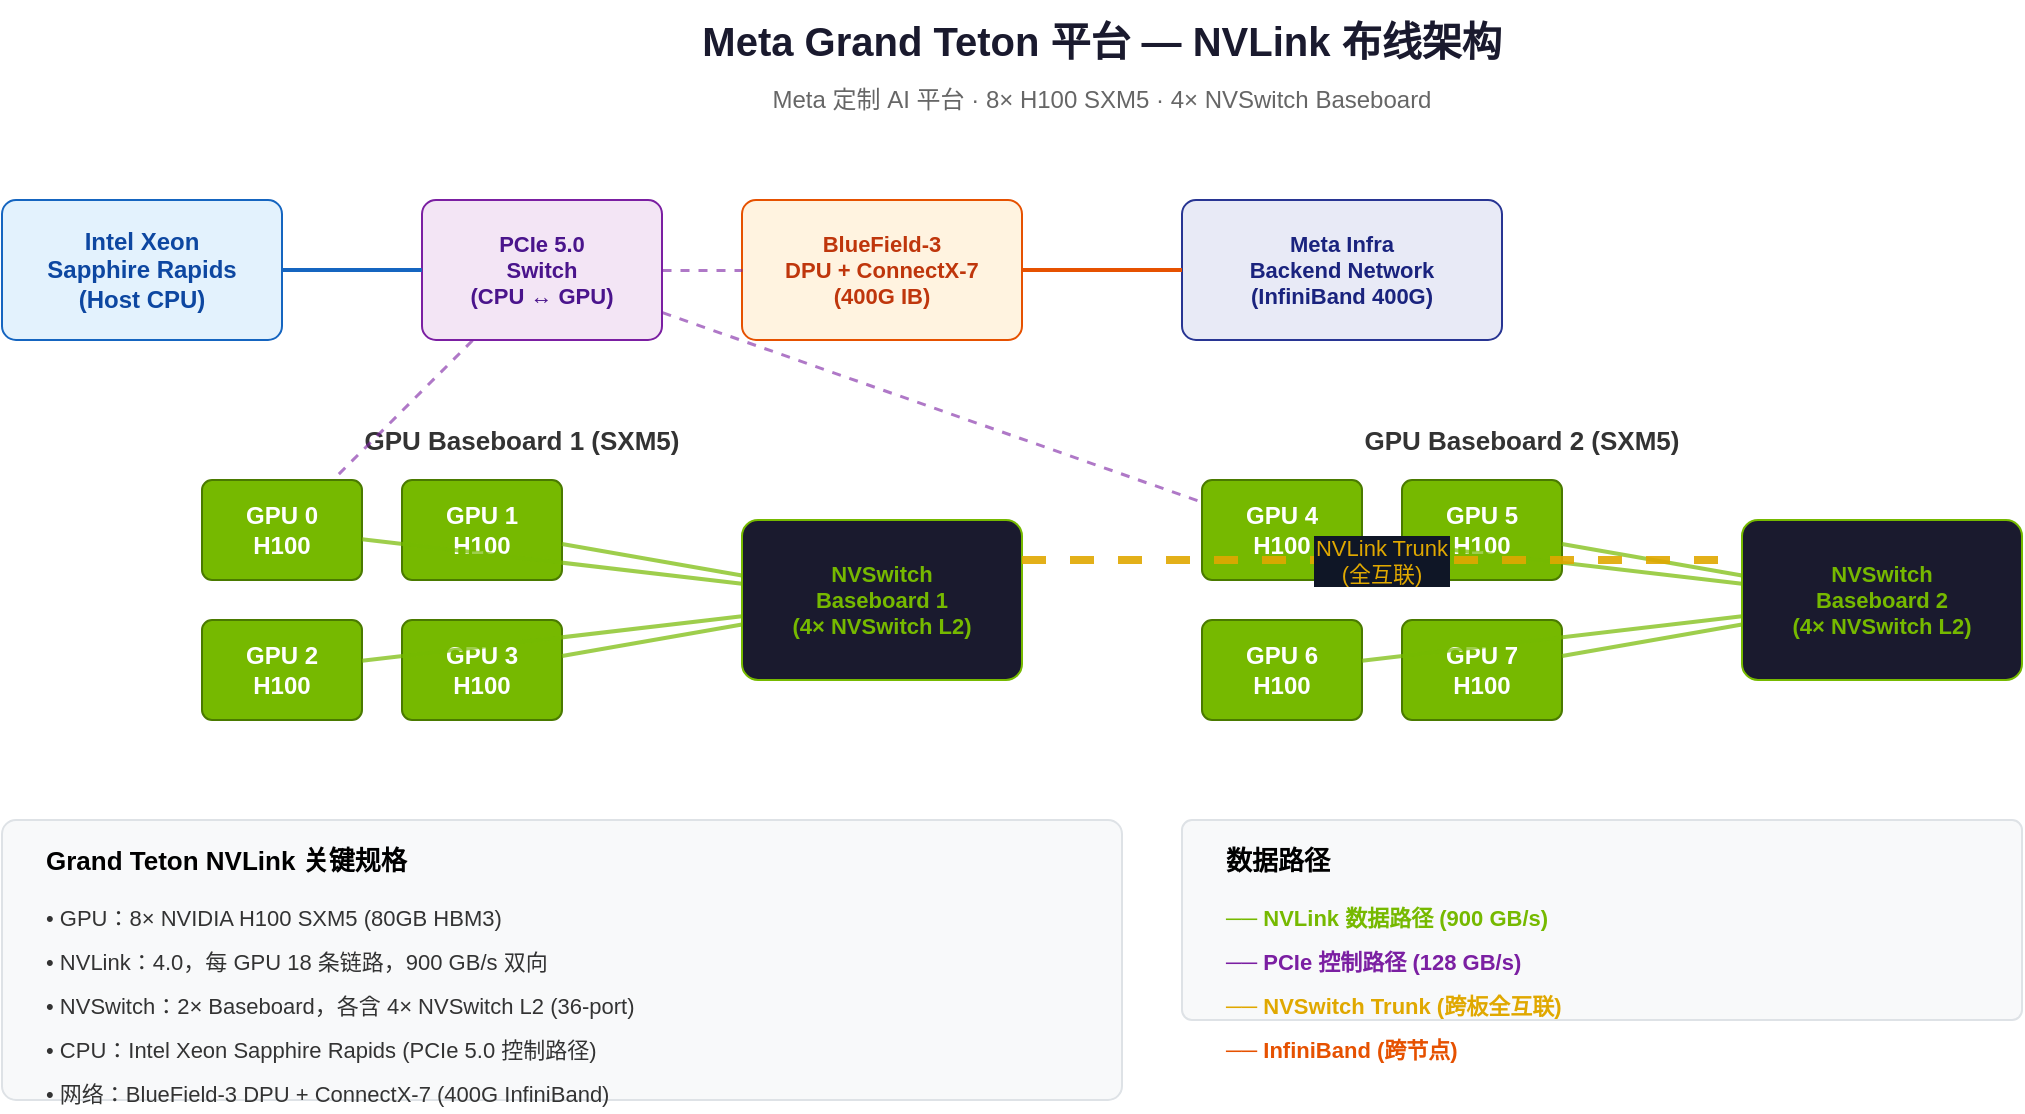
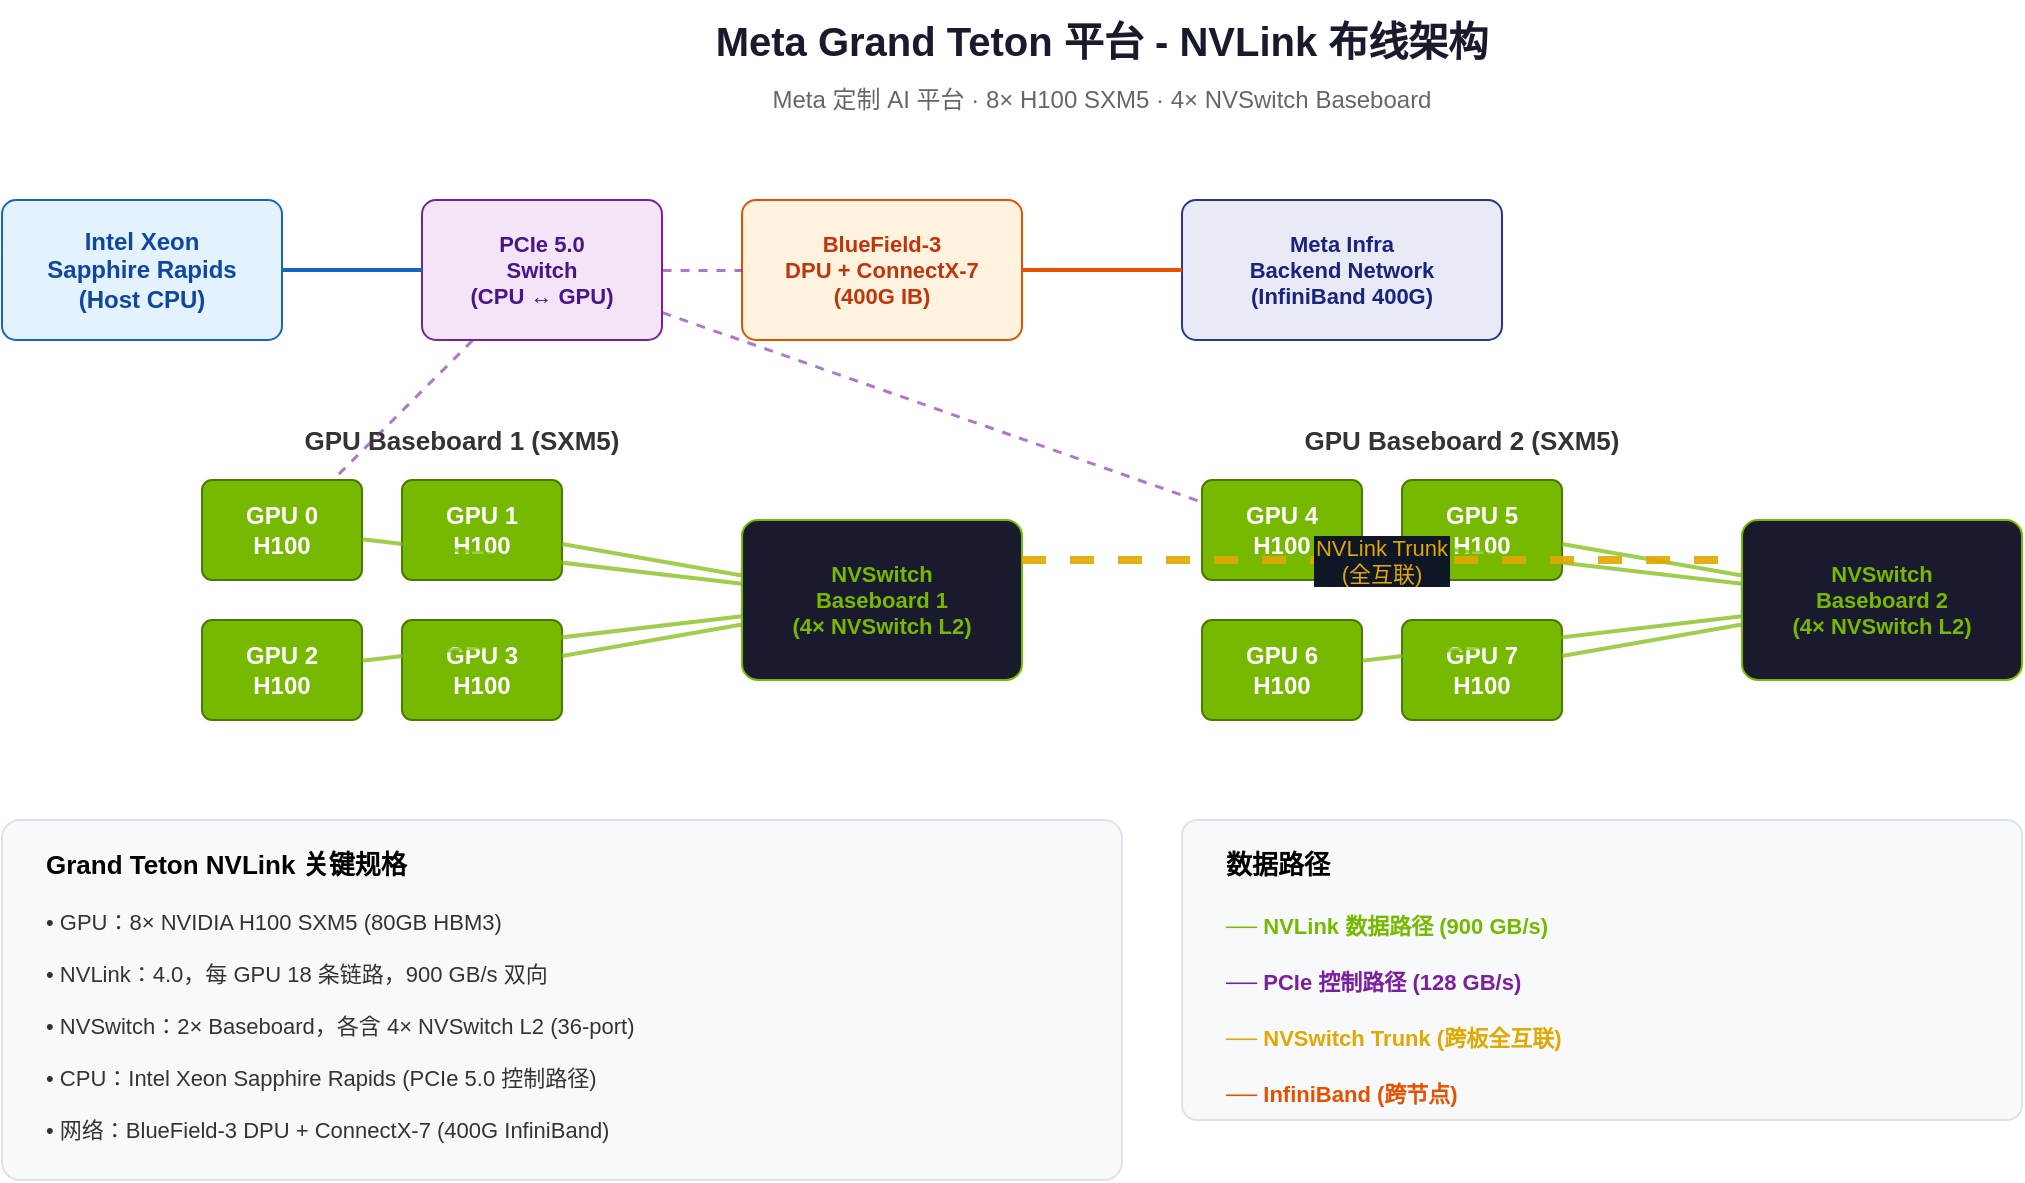
- <mxfile host="app.diagrams.net" modified="2026-07-11T03:19:00.000Z" agent="AIInfra" version="24.0.0">
+ <mxfile host="app.diagrams.net" modified="2026-07-13T01:33:00.000Z" agent="AIInfra" version="24.0.0">
  <diagram id="meta-grand-teton" name="Meta Grand Teton NVLink Architecture">
    <mxGraphModel dx="1422" dy="800" grid="1" gridSize="10" guides="1" tooltips="1" connect="1" arrows="1" fold="1" page="1" pageScale="1" pageWidth="1200" pageHeight="800" math="0" shadow="0">
      <root>
        <mxCell id="0"/>
        <mxCell id="1" parent="0"/>
        <!-- Title -->
-         <mxCell id="title" value="Meta Grand Teton 平台 — NVLink 布线架构" style="text;html=1;strokeColor=none;fillColor=none;align=center;verticalAlign=middle;whiteSpace=wrap;rounded=0;fontSize=20;fontStyle=1;fontColor=#1a1a2e;" vertex="1" parent="1">
+         <mxCell id="title" value="Meta Grand Teton 平台 - NVLink 布线架构" style="text;html=1;strokeColor=none;fillColor=none;align=center;verticalAlign=middle;whiteSpace=wrap;rounded=0;fontSize=20;fontStyle=1;fontColor=#1a1a2e;" vertex="1" parent="1">
          <mxGeometry x="300" y="20" width="600" height="40" as="geometry"/>
        </mxCell>
        <mxCell id="subtitle" value="Meta 定制 AI 平台 · 8× H100 SXM5 · 4× NVSwitch Baseboard" style="text;html=1;strokeColor=none;fillColor=none;align=center;verticalAlign=middle;whiteSpace=wrap;rounded=0;fontSize=12;fontColor=#666666;" vertex="1" parent="1">
          <mxGeometry x="300" y="60" width="600" height="20" as="geometry"/>
        </mxCell>
        <!-- CPU Module -->
        <mxCell id="cpu" value="Intel Xeon&#xa;Sapphire Rapids&#xa;(Host CPU)" style="rounded=1;whiteSpace=wrap;html=1;fillColor=#e3f2fd;strokeColor=#1565c0;fontColor=#0d47a1;fontStyle=1;fontSize=12;arcSize=10;" vertex="1" parent="1">
          <mxGeometry x="50" y="120" width="140" height="70" as="geometry"/>
        </mxCell>
        <!-- PCIe Switch -->
        <mxCell id="pcie-sw" value="PCIe 5.0&#xa;Switch&#xa;(CPU ↔ GPU)" style="rounded=1;whiteSpace=wrap;html=1;fillColor=#f3e5f5;strokeColor=#7b1fa2;fontColor=#4a148c;fontStyle=1;fontSize=11;arcSize=10;" vertex="1" parent="1">
          <mxGeometry x="260" y="120" width="120" height="70" as="geometry"/>
        </mxCell>
        <!-- GPU Board Left -->
        <mxCell id="gpu-board-left-label" value="GPU Baseboard 1 (SXM5)" style="text;html=1;strokeColor=none;fillColor=none;align=center;verticalAlign=middle;whiteSpace=wrap;rounded=0;fontSize=13;fontStyle=1;fontColor=#333333;" vertex="1" parent="1">
-           <mxGeometry x="150" y="230" width="320" height="20" as="geometry"/>
+           <mxGeometry x="150" y="230" width="260" height="20" as="geometry"/>
        </mxCell>
        <!-- GPU 0 -->
        <mxCell id="m-gpu0" value="GPU 0&#xa;H100" style="rounded=1;whiteSpace=wrap;html=1;fillColor=#76b900;strokeColor=#4a7a00;fontColor=#ffffff;fontStyle=1;fontSize=12;arcSize=10;" vertex="1" parent="1">
          <mxGeometry x="150" y="260" width="80" height="50" as="geometry"/>
        </mxCell>
        <!-- GPU 1 -->
        <mxCell id="m-gpu1" value="GPU 1&#xa;H100" style="rounded=1;whiteSpace=wrap;html=1;fillColor=#76b900;strokeColor=#4a7a00;fontColor=#ffffff;fontStyle=1;fontSize=12;arcSize=10;" vertex="1" parent="1">
          <mxGeometry x="250" y="260" width="80" height="50" as="geometry"/>
        </mxCell>
        <!-- GPU 2 -->
        <mxCell id="m-gpu2" value="GPU 2&#xa;H100" style="rounded=1;whiteSpace=wrap;html=1;fillColor=#76b900;strokeColor=#4a7a00;fontColor=#ffffff;fontStyle=1;fontSize=12;arcSize=10;" vertex="1" parent="1">
          <mxGeometry x="150" y="330" width="80" height="50" as="geometry"/>
        </mxCell>
        <!-- GPU 3 -->
        <mxCell id="m-gpu3" value="GPU 3&#xa;H100" style="rounded=1;whiteSpace=wrap;html=1;fillColor=#76b900;strokeColor=#4a7a00;fontColor=#ffffff;fontStyle=1;fontSize=12;arcSize=10;" vertex="1" parent="1">
          <mxGeometry x="250" y="330" width="80" height="50" as="geometry"/>
        </mxCell>
        <!-- NVSwitch BB1 -->
        <mxCell id="nvsw-bb1" value="NVSwitch&#xa;Baseboard 1&#xa;(4× NVSwitch L2)" style="rounded=1;whiteSpace=wrap;html=1;fillColor=#1a1a2e;strokeColor=#76b900;fontColor=#76b900;fontStyle=1;fontSize=11;arcSize=10;" vertex="1" parent="1">
          <mxGeometry x="420" y="280" width="140" height="80" as="geometry"/>
        </mxCell>
        <!-- GPU Board Right -->
        <mxCell id="gpu-board-right-label" value="GPU Baseboard 2 (SXM5)" style="text;html=1;strokeColor=none;fillColor=none;align=center;verticalAlign=middle;whiteSpace=wrap;rounded=0;fontSize=13;fontStyle=1;fontColor=#333333;" vertex="1" parent="1">
-           <mxGeometry x="650" y="230" width="320" height="20" as="geometry"/>
+           <mxGeometry x="650" y="230" width="260" height="20" as="geometry"/>
        </mxCell>
        <!-- GPU 4 -->
        <mxCell id="m-gpu4" value="GPU 4&#xa;H100" style="rounded=1;whiteSpace=wrap;html=1;fillColor=#76b900;strokeColor=#4a7a00;fontColor=#ffffff;fontStyle=1;fontSize=12;arcSize=10;" vertex="1" parent="1">
          <mxGeometry x="650" y="260" width="80" height="50" as="geometry"/>
        </mxCell>
        <!-- GPU 5 -->
        <mxCell id="m-gpu5" value="GPU 5&#xa;H100" style="rounded=1;whiteSpace=wrap;html=1;fillColor=#76b900;strokeColor=#4a7a00;fontColor=#ffffff;fontStyle=1;fontSize=12;arcSize=10;" vertex="1" parent="1">
          <mxGeometry x="750" y="260" width="80" height="50" as="geometry"/>
        </mxCell>
        <!-- GPU 6 -->
        <mxCell id="m-gpu6" value="GPU 6&#xa;H100" style="rounded=1;whiteSpace=wrap;html=1;fillColor=#76b900;strokeColor=#4a7a00;fontColor=#ffffff;fontStyle=1;fontSize=12;arcSize=10;" vertex="1" parent="1">
          <mxGeometry x="650" y="330" width="80" height="50" as="geometry"/>
        </mxCell>
        <!-- GPU 7 -->
        <mxCell id="m-gpu7" value="GPU 7&#xa;H100" style="rounded=1;whiteSpace=wrap;html=1;fillColor=#76b900;strokeColor=#4a7a00;fontColor=#ffffff;fontStyle=1;fontSize=12;arcSize=10;" vertex="1" parent="1">
          <mxGeometry x="750" y="330" width="80" height="50" as="geometry"/>
        </mxCell>
        <!-- NVSwitch BB2 -->
        <mxCell id="nvsw-bb2" value="NVSwitch&#xa;Baseboard 2&#xa;(4× NVSwitch L2)" style="rounded=1;whiteSpace=wrap;html=1;fillColor=#1a1a2e;strokeColor=#76b900;fontColor=#76b900;fontStyle=1;fontSize=11;arcSize=10;" vertex="1" parent="1">
          <mxGeometry x="920" y="280" width="140" height="80" as="geometry"/>
        </mxCell>
        <!-- Network Interface -->
        <mxCell id="nic" value="BlueField-3&#xa;DPU + ConnectX-7&#xa;(400G IB)" style="rounded=1;whiteSpace=wrap;html=1;fillColor=#fff3e0;strokeColor=#e65100;fontColor=#bf360c;fontStyle=1;fontSize=11;arcSize=10;" vertex="1" parent="1">
          <mxGeometry x="420" y="120" width="140" height="70" as="geometry"/>
        </mxCell>
        <!-- External Network -->
        <mxCell id="ext-net" value="Meta Infra&#xa;Backend Network&#xa;(InfiniBand 400G)" style="rounded=1;whiteSpace=wrap;html=1;fillColor=#e8eaf6;strokeColor=#283593;fontColor=#1a237e;fontStyle=1;fontSize=11;arcSize=10;" vertex="1" parent="1">
          <mxGeometry x="640" y="120" width="160" height="70" as="geometry"/>
        </mxCell>
        <!-- Connections: CPU to PCIe Switch -->
        <mxCell id="e-cpu-pcie" style="endArrow=none;strokeColor=#1565c0;strokeWidth=2;" edge="1" parent="1" source="cpu" target="pcie-sw">
          <mxGeometry relative="1" as="geometry"/>
        </mxCell>
        <!-- PCIe Switch to GPUs (control path) -->
        <mxCell id="e-pcie-gpu0" style="endArrow=none;strokeColor=#7b1fa2;strokeWidth=1.5;dashed=1;opacity=60;" edge="1" parent="1" source="pcie-sw" target="m-gpu0">
          <mxGeometry relative="1" as="geometry"/>
        </mxCell>
        <mxCell id="e-pcie-gpu4" style="endArrow=none;strokeColor=#7b1fa2;strokeWidth=1.5;dashed=1;opacity=60;" edge="1" parent="1" source="pcie-sw" target="m-gpu4">
          <mxGeometry relative="1" as="geometry"/>
        </mxCell>
        <!-- GPU 0-3 to NVSwitch BB1 -->
        <mxCell id="e-g0-sw1" style="endArrow=none;strokeColor=#76b900;strokeWidth=2;opacity=70;" edge="1" parent="1" source="m-gpu0" target="nvsw-bb1">
          <mxGeometry relative="1" as="geometry"/>
        </mxCell>
        <mxCell id="e-g1-sw1" style="endArrow=none;strokeColor=#76b900;strokeWidth=2;opacity=70;" edge="1" parent="1" source="m-gpu1" target="nvsw-bb1">
          <mxGeometry relative="1" as="geometry"/>
        </mxCell>
        <mxCell id="e-g2-sw1" style="endArrow=none;strokeColor=#76b900;strokeWidth=2;opacity=70;" edge="1" parent="1" source="m-gpu2" target="nvsw-bb1">
          <mxGeometry relative="1" as="geometry"/>
        </mxCell>
        <mxCell id="e-g3-sw1" style="endArrow=none;strokeColor=#76b900;strokeWidth=2;opacity=70;" edge="1" parent="1" source="m-gpu3" target="nvsw-bb1">
          <mxGeometry relative="1" as="geometry"/>
        </mxCell>
        <!-- GPU 4-7 to NVSwitch BB2 -->
        <mxCell id="e-g4-sw2" style="endArrow=none;strokeColor=#76b900;strokeWidth=2;opacity=70;" edge="1" parent="1" source="m-gpu4" target="nvsw-bb2">
          <mxGeometry relative="1" as="geometry"/>
        </mxCell>
        <mxCell id="e-g5-sw2" style="endArrow=none;strokeColor=#76b900;strokeWidth=2;opacity=70;" edge="1" parent="1" source="m-gpu5" target="nvsw-bb2">
          <mxGeometry relative="1" as="geometry"/>
        </mxCell>
        <mxCell id="e-g6-sw2" style="endArrow=none;strokeColor=#76b900;strokeWidth=2;opacity=70;" edge="1" parent="1" source="m-gpu6" target="nvsw-bb2">
          <mxGeometry relative="1" as="geometry"/>
        </mxCell>
        <mxCell id="e-g7-sw2" style="endArrow=none;strokeColor=#76b900;strokeWidth=2;opacity=70;" edge="1" parent="1" source="m-gpu7" target="nvsw-bb2">
          <mxGeometry relative="1" as="geometry"/>
        </mxCell>
        <!-- Inter-baseboard trunk (NVLink trunk between BB1 and BB2) -->
        <mxCell id="e-bb1-bb2" value="NVLink Trunk&#xa;(全互联)" style="endArrow=none;strokeColor=#e0a800;strokeWidth=4;opacity=90;dashed=1;fontSize=11;fontColor=#e0a800;labelBackgroundColor=#0f1626;" edge="1" parent="1" source="nvsw-bb1" target="nvsw-bb2">
          <mxGeometry relative="1" as="geometry">
            <Array as="points">
              <mxPoint x="560" y="300"/>
              <mxPoint x="920" y="300"/>
            </Array>
          </mxGeometry>
        </mxCell>
        <!-- NIC to External Network -->
        <mxCell id="e-nic-net" style="endArrow=none;strokeColor=#e65100;strokeWidth=2;" edge="1" parent="1" source="nic" target="ext-net">
          <mxGeometry relative="1" as="geometry"/>
        </mxCell>
        <!-- NIC to PCIe Switch -->
        <mxCell id="e-nic-pcie" style="endArrow=none;strokeColor=#7b1fa2;strokeWidth=1.5;dashed=1;opacity=60;" edge="1" parent="1" source="pcie-sw" target="nic">
          <mxGeometry relative="1" as="geometry"/>
        </mxCell>
-         <!-- Specs box -->
+         <!-- Specs box (height increased from 140 to 180) -->
        <mxCell id="spec-box" value="" style="rounded=1;whiteSpace=wrap;html=1;fillColor=#f8f9fa;strokeColor=#dee2e6;arcSize=5;" vertex="1" parent="1">
-           <mxGeometry x="50" y="430" width="560" height="140" as="geometry"/>
+           <mxGeometry x="50" y="430" width="560" height="180" as="geometry"/>
        </mxCell>
        <mxCell id="spec-title" value="Grand Teton NVLink 关键规格" style="text;html=1;strokeColor=none;fillColor=none;align=left;verticalAlign=middle;whiteSpace=wrap;rounded=0;fontSize=13;fontStyle=1;" vertex="1" parent="1">
-           <mxGeometry x="70" y="440" width="280" height="20" as="geometry"/>
+           <mxGeometry x="70" y="440" width="400" height="24" as="geometry"/>
        </mxCell>
        <mxCell id="spec-1" value="• GPU：8× NVIDIA H100 SXM5 (80GB HBM3)" style="text;html=1;strokeColor=none;fillColor=none;align=left;verticalAlign=middle;whiteSpace=wrap;rounded=0;fontSize=11;fontColor=#333333;" vertex="1" parent="1">
-           <mxGeometry x="70" y="470" width="280" height="18" as="geometry"/>
+           <mxGeometry x="70" y="470" width="500" height="22" as="geometry"/>
        </mxCell>
        <mxCell id="spec-2" value="• NVLink：4.0，每 GPU 18 条链路，900 GB/s 双向" style="text;html=1;strokeColor=none;fillColor=none;align=left;verticalAlign=middle;whiteSpace=wrap;rounded=0;fontSize=11;fontColor=#333333;" vertex="1" parent="1">
-           <mxGeometry x="70" y="492" width="300" height="18" as="geometry"/>
+           <mxGeometry x="70" y="496" width="500" height="22" as="geometry"/>
        </mxCell>
        <mxCell id="spec-3" value="• NVSwitch：2× Baseboard，各含 4× NVSwitch L2 (36-port)" style="text;html=1;strokeColor=none;fillColor=none;align=left;verticalAlign=middle;whiteSpace=wrap;rounded=0;fontSize=11;fontColor=#333333;" vertex="1" parent="1">
-           <mxGeometry x="70" y="514" width="350" height="18" as="geometry"/>
+           <mxGeometry x="70" y="522" width="500" height="22" as="geometry"/>
        </mxCell>
        <mxCell id="spec-4" value="• CPU：Intel Xeon Sapphire Rapids (PCIe 5.0 控制路径)" style="text;html=1;strokeColor=none;fillColor=none;align=left;verticalAlign=middle;whiteSpace=wrap;rounded=0;fontSize=11;fontColor=#333333;" vertex="1" parent="1">
-           <mxGeometry x="70" y="536" width="350" height="18" as="geometry"/>
+           <mxGeometry x="70" y="548" width="500" height="22" as="geometry"/>
        </mxCell>
        <mxCell id="spec-5" value="• 网络：BlueField-3 DPU + ConnectX-7 (400G InfiniBand)" style="text;html=1;strokeColor=none;fillColor=none;align=left;verticalAlign=middle;whiteSpace=wrap;rounded=0;fontSize=11;fontColor=#333333;" vertex="1" parent="1">
-           <mxGeometry x="70" y="558" width="350" height="18" as="geometry"/>
+           <mxGeometry x="70" y="574" width="500" height="22" as="geometry"/>
        </mxCell>
-         <!-- Legend -->
+         <!-- Legend box (height increased from 100 to 150) -->
        <mxCell id="legend-box2" value="" style="rounded=1;whiteSpace=wrap;html=1;fillColor=#f8f9fa;strokeColor=#dee2e6;arcSize=5;" vertex="1" parent="1">
-           <mxGeometry x="640" y="430" width="420" height="100" as="geometry"/>
+           <mxGeometry x="640" y="430" width="420" height="150" as="geometry"/>
        </mxCell>
        <mxCell id="legend-title2" value="数据路径" style="text;html=1;strokeColor=none;fillColor=none;align=left;verticalAlign=middle;whiteSpace=wrap;rounded=0;fontSize=13;fontStyle=1;" vertex="1" parent="1">
-           <mxGeometry x="660" y="440" width="100" height="20" as="geometry"/>
+           <mxGeometry x="660" y="440" width="200" height="24" as="geometry"/>
        </mxCell>
        <mxCell id="leg2-1" value="── NVLink 数据路径 (900 GB/s)" style="text;html=1;strokeColor=none;fillColor=none;align=left;verticalAlign=middle;whiteSpace=wrap;rounded=0;fontSize=11;fontColor=#76b900;fontStyle=1;" vertex="1" parent="1">
-           <mxGeometry x="660" y="470" width="220" height="18" as="geometry"/>
+           <mxGeometry x="660" y="472" width="360" height="22" as="geometry"/>
        </mxCell>
        <mxCell id="leg2-2" value="── PCIe 控制路径 (128 GB/s)" style="text;html=1;strokeColor=none;fillColor=none;align=left;verticalAlign=middle;whiteSpace=wrap;rounded=0;fontSize=11;fontColor=#7b1fa2;fontStyle=1;" vertex="1" parent="1">
-           <mxGeometry x="660" y="492" width="200" height="18" as="geometry"/>
+           <mxGeometry x="660" y="500" width="360" height="22" as="geometry"/>
        </mxCell>
        <mxCell id="leg2-3" value="── NVSwitch Trunk (跨板全互联)" style="text;html=1;strokeColor=none;fillColor=none;align=left;verticalAlign=middle;whiteSpace=wrap;rounded=0;fontSize=11;fontColor=#e0a800;fontStyle=1;" vertex="1" parent="1">
-           <mxGeometry x="660" y="514" width="220" height="18" as="geometry"/>
+           <mxGeometry x="660" y="528" width="360" height="22" as="geometry"/>
        </mxCell>
        <mxCell id="leg2-4" value="── InfiniBand (跨节点)" style="text;html=1;strokeColor=none;fillColor=none;align=left;verticalAlign=middle;whiteSpace=wrap;rounded=0;fontSize=11;fontColor=#e65100;fontStyle=1;" vertex="1" parent="1">
-           <mxGeometry x="660" y="536" width="200" height="18" as="geometry"/>
+           <mxGeometry x="660" y="556" width="360" height="22" as="geometry"/>
        </mxCell>
      </root>
    </mxGraphModel>
  </diagram>
- </mxfile>
+ </mxfile>